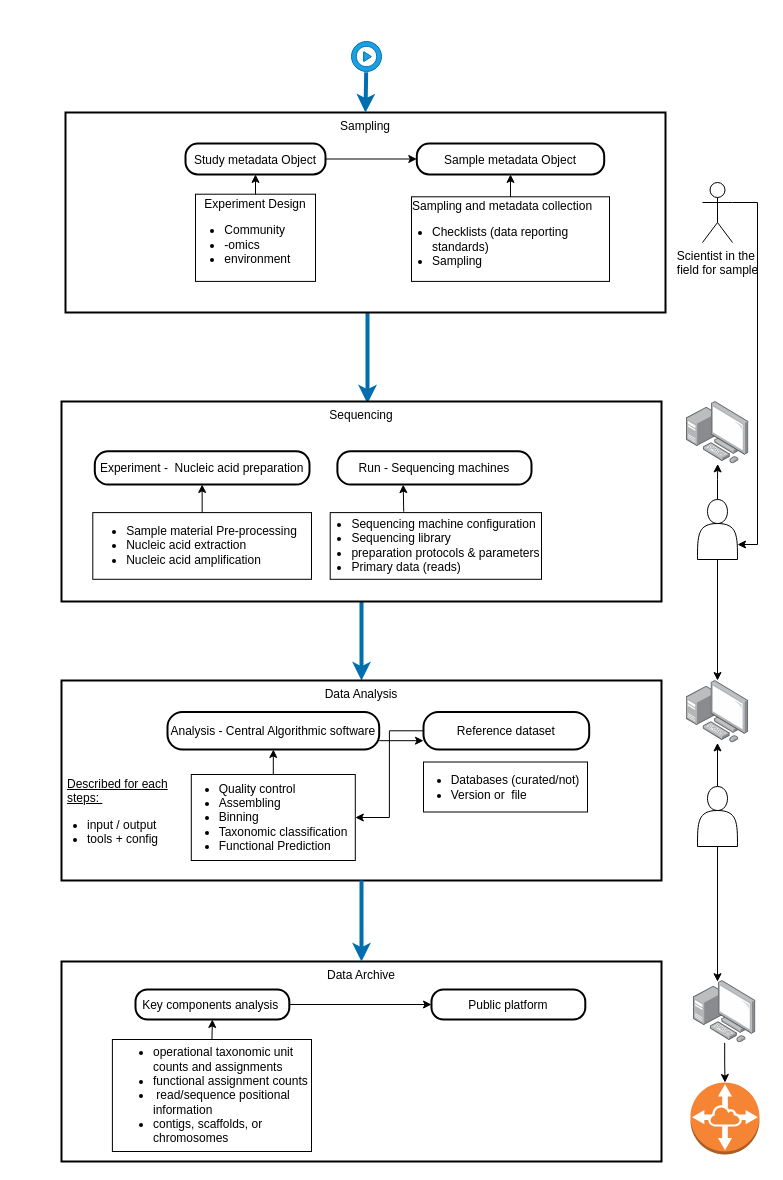
Above: metaDaLi.drawio in Arzhura/DaLi (draw.io), before the change. Source tidied: cells renumbered, new cells numbered last; positions are measured from the earlier drawing's top-left corner, leaving out a move shared by most shapes. Both pictures are drawn from the tidied source at 100%, with x=0, y=0 at pixel (61, 41).
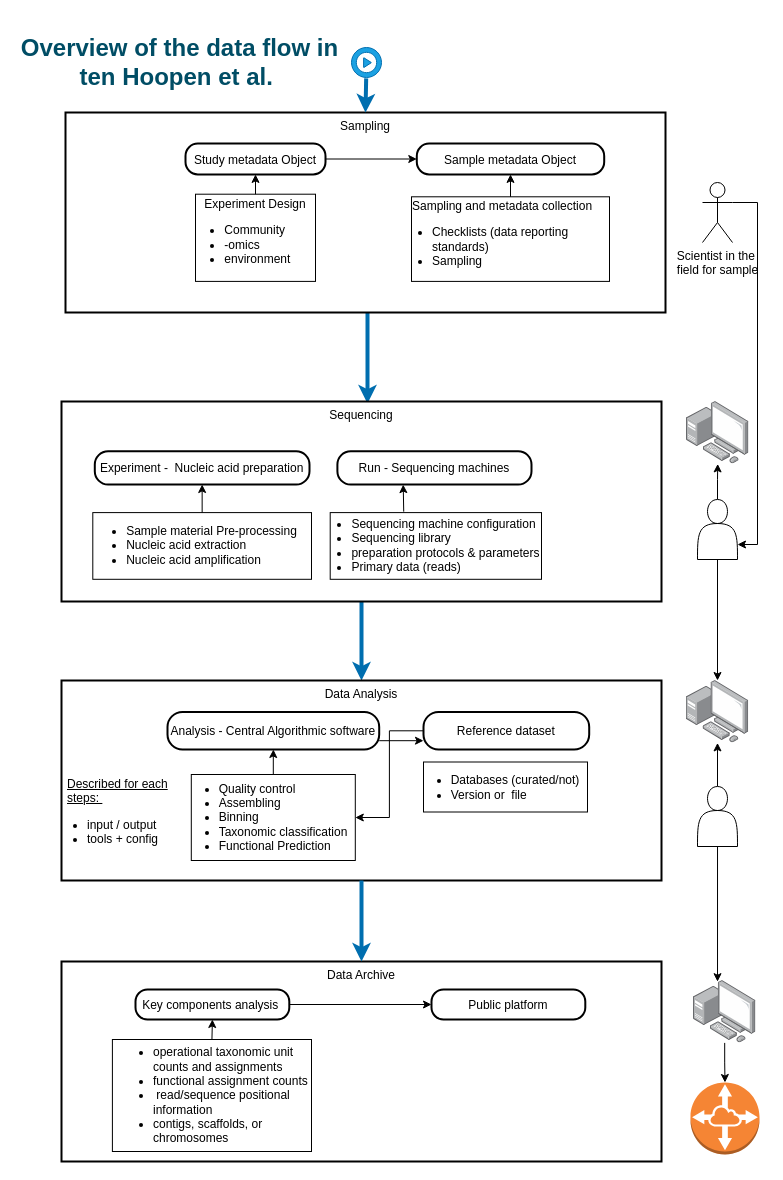
Above is the later version.

Change to the diagram source:
```diff
@@
     <mxCell id="38" style="group;" parent="1" vertex="1">
-      <mxGeometry x="290" width="30" height="30" as="geometry" />
+      <mxGeometry x="290" y="6" width="30" height="30" as="geometry" />
     </mxCell>
@@
+    <mxCell id="53" value="&lt;h1&gt;&lt;font color=&quot;#004d65&quot;&gt;Overview of the data flow in ten Hoopen et al.&amp;nbsp;&lt;/font&gt;&lt;/h1&gt;" style="text;html=1;align=center;verticalAlign=middle;whiteSpace=wrap;rounded=0;" parent="1" vertex="1">
+      <mxGeometry x="-44" y="6" width="325" height="30" as="geometry" />
+    </mxCell>
```
